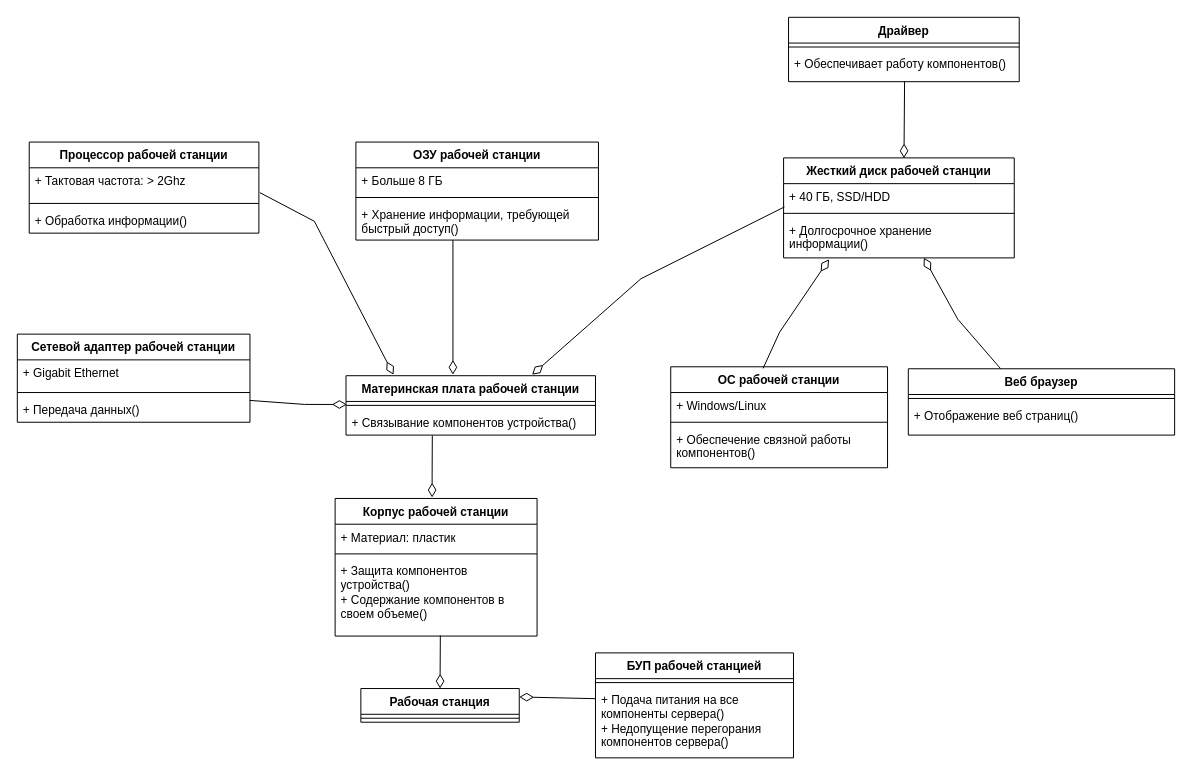
hiff0/db-city-council keeps this draw.io diagram as Определение проекта АИС "Рабочая станция".drawio. Above is the earlier version. Source tidied: cells renumbered, new cells numbered last; positions are measured from the earlier drawing's top-left corner, leaving out a move shared by most shapes. Both pictures are drawn from the tidied source at 99%, with x=0, y=0 at pixel (17, 17).
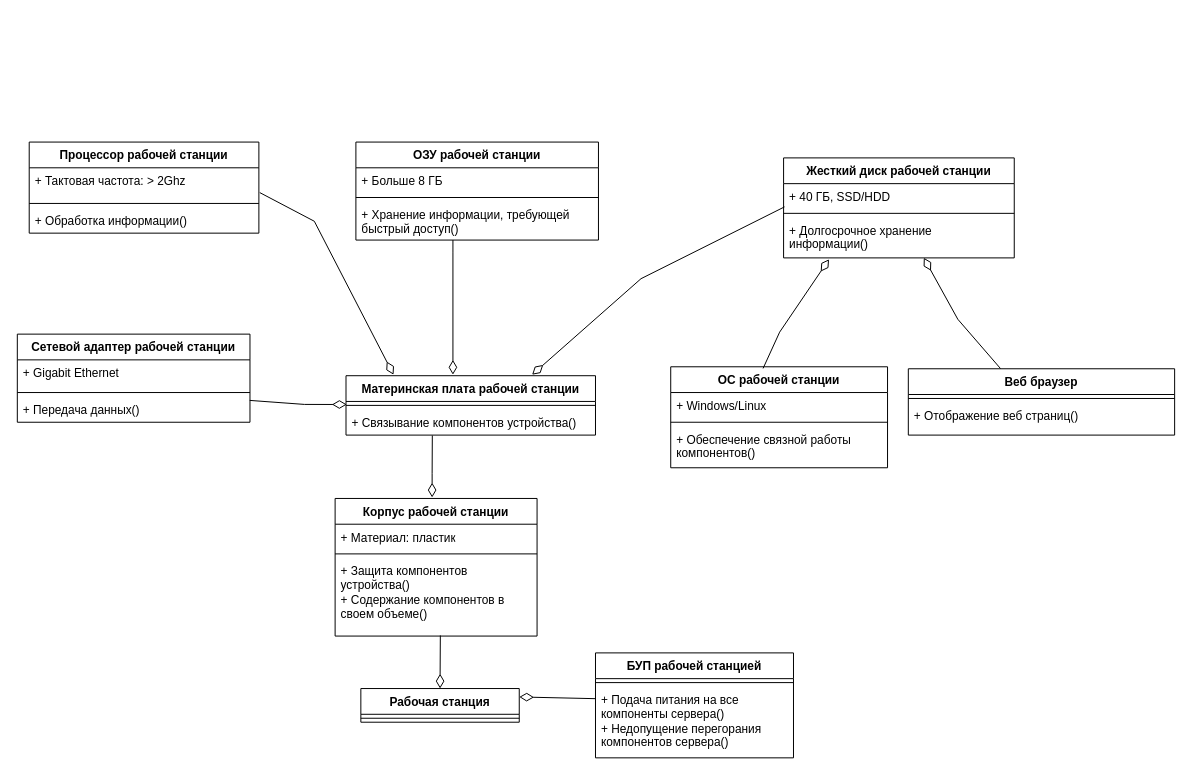
After the change.

The change refers to these unchanged cells:
```xml
<mxCell id="19" value="Жесткий диск рабочей станции" style="swimlane;fontStyle=1;align=center;verticalAlign=top;horizontal=1;startSize=26;whiteSpace=wrap;html=1;" parent="1" vertex="1">
  <mxGeometry x="774" y="142" width="233" height="101" as="geometry" />
</mxCell>
```

The edit, as a diff of the source:
```diff
@@
-    <mxCell id="45" value="Драйвер" style="swimlane;fontStyle=1;align=center;verticalAlign=top;horizontal=1;startSize=26;whiteSpace=wrap;html=1;" parent="1" vertex="1">
-      <mxGeometry x="779" width="233" height="65" as="geometry" />
-    </mxCell>
-    <mxCell id="46" style="line;strokeWidth=1;fillColor=none;align=left;verticalAlign=middle;spacingTop=-1;spacingLeft=3;spacingRight=3;labelPosition=right;strokeColor=inherit;" parent="45" vertex="1">
-      <mxGeometry y="26" width="233" height="8" as="geometry" />
-    </mxCell>
-    <mxCell id="47" value="+ Обеспечивает работу компонентов()" style="text;strokeColor=none;fillColor=none;align=left;verticalAlign=top;spacingLeft=4;spacingRight=4;overflow=hidden;points=[[0,0.5],[1,0.5]];portConstraint=eastwest;whiteSpace=wrap;html=1;" parent="45" vertex="1">
-      <mxGeometry y="34" width="233" height="31" as="geometry" />
-    </mxCell>
-    <mxCell id="48" style="endArrow=diamondThin;endFill=0;endSize=12;html=1;rounded=0;exitX=0.503;exitY=0.996;exitDx=0;exitDy=0;exitPerimeter=0;entryX=0.522;entryY=0.003;entryDx=0;entryDy=0;entryPerimeter=0;" parent="1" edge="1" source="47" target="19">
-      <mxGeometry relative="1" as="geometry" />
-    </mxCell>
```
